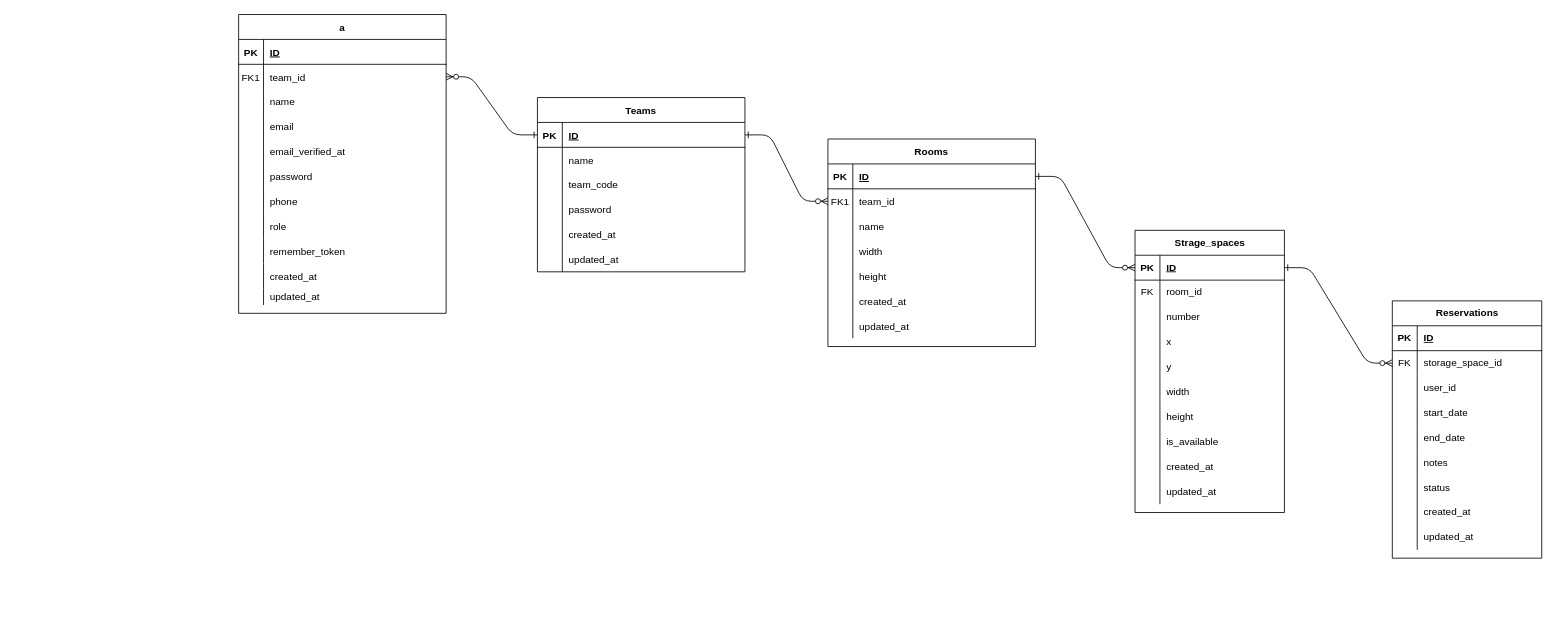
Above: 名称未設定ファイル.drawio in matsu977/laravel-posting-app (draw.io), before the change. Source tidied: cells renumbered, new cells numbered last; positions are measured from the earlier drawing's top-left corner, leaving out a move shared by most shapes. Both pictures are drawn from the tidied source at 83%, with x=0, y=0 at pixel (238, 14).
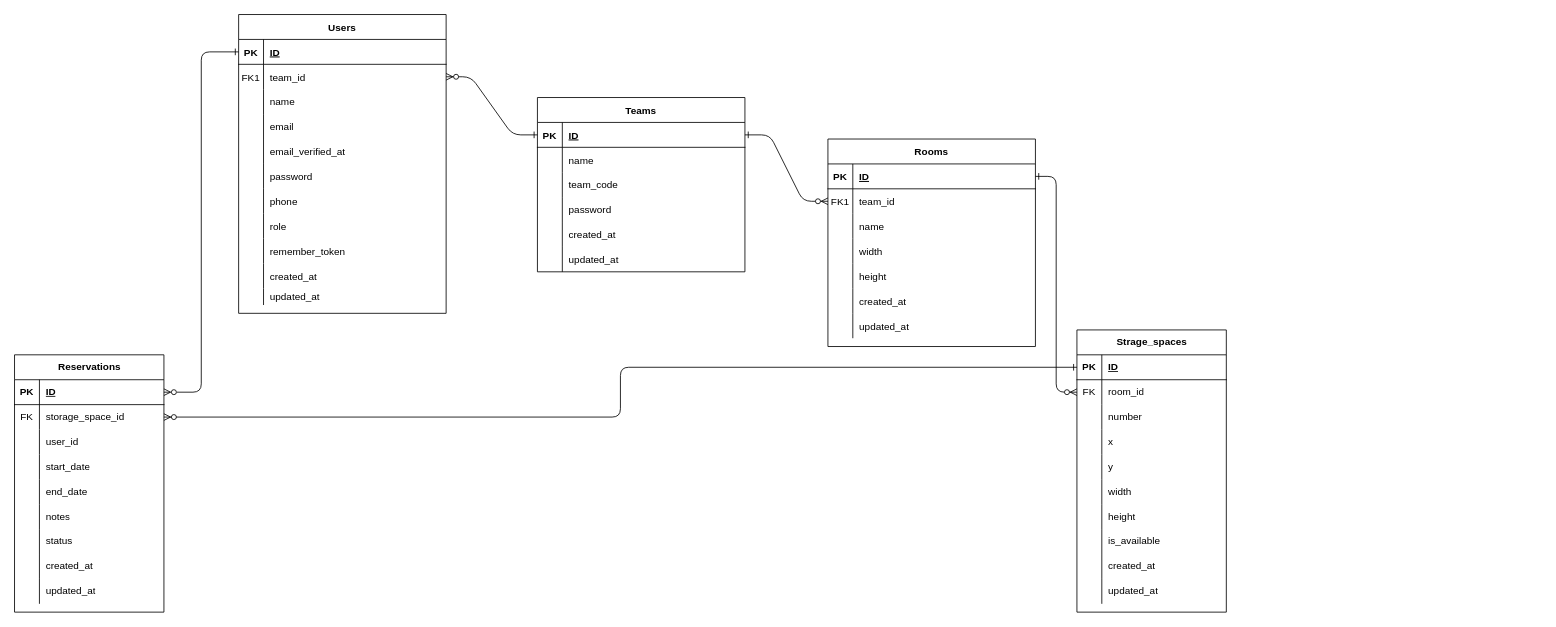
The same diagram, later.

Commit message (it also covers changes not shown here):
名称未設定ファイル.drawio を更新します

Unchanged cells that the change refers to:
```xml
<mxCell id="24" style="shape=partialRectangle;fillColor=none;points=[[0,0.5],[1,0.5]];portConstraint=eastwest;top=0;left=0;right=0;bottom=1;" parent="23" vertex="1">
  <mxGeometry y="30" width="250" height="30" as="geometry" />
</mxCell>
<mxCell id="46" style="shape=partialRectangle;fillColor=none;points=[[0,0.5],[1,0.5]];portConstraint=eastwest;top=0;left=0;right=0;bottom=1;" parent="45" vertex="1">
  <mxGeometry y="30" width="250" height="30" as="geometry" />
</mxCell>
<mxCell id="80" style="shape=tableRow;horizontal=0;startSize=0;swimlaneHead=0;swimlaneBody=0;fillColor=none;points=[[0,0.5],[1,0.5]];portConstraint=eastwest;top=0;left=0;right=0;bottom=1;" parent="79" vertex="1">
  <mxGeometry y="30" width="180" height="30" as="geometry" />
</mxCell>
<mxCell id="83" style="shape=tableRow;horizontal=0;startSize=0;swimlaneHead=0;swimlaneBody=0;fillColor=none;points=[[0,0.5],[1,0.5]];portConstraint=eastwest;top=0;left=0;right=0;bottom=0;" parent="79" vertex="1">
  <mxGeometry y="60" width="180" height="30" as="geometry" />
</mxCell>
<mxCell id="112" style="shape=tableRow;horizontal=0;startSize=0;swimlaneHead=0;swimlaneBody=0;fillColor=none;points=[[0,0.5],[1,0.5]];portConstraint=eastwest;top=0;left=0;right=0;bottom=1;" parent="111" vertex="1">
  <mxGeometry y="30" width="180" height="30" as="geometry" />
</mxCell>
<mxCell id="115" style="shape=tableRow;horizontal=0;startSize=0;swimlaneHead=0;swimlaneBody=0;fillColor=none;points=[[0,0.5],[1,0.5]];portConstraint=eastwest;top=0;left=0;right=0;bottom=0;" parent="111" vertex="1">
  <mxGeometry y="60" width="180" height="30" as="geometry" />
</mxCell>
```

Diff of the diagram source:
```diff
@@
-    <mxCell id="45" value="a" style="shape=table;startSize=30;childLayout=tableLayout;rowLines=0;fontStyle=1;align=center;" parent="1" vertex="1">
+    <mxCell id="45" value="Users" style="shape=table;startSize=30;childLayout=tableLayout;rowLines=0;fontStyle=1;align=center;" parent="1" vertex="1">
       <mxGeometry width="250" height="360" as="geometry" />
     </mxCell>
@@
     <mxCell id="79" value="Strage_spaces" style="shape=table;startSize=30;childLayout=tableLayout;rowLines=0;fontStyle=1;align=center;html=1;" parent="1" vertex="1">
-      <mxGeometry x="1080" y="260" width="180" height="340" as="geometry" />
+      <mxGeometry x="1010" y="380" width="180" height="340" as="geometry" />
     </mxCell>
@@
-    <mxCell id="110" style="edgeStyle=entityRelationEdgeStyle;endArrow=ERzeroToMany;startArrow=ERone;endFill=1;startFill=0;entryX=0;entryY=0.5;entryDx=0;entryDy=0;" parent="1" edge="1" source="24" target="80">
+    <mxCell id="110" style="edgeStyle=orthogonalEdgeStyle;endArrow=ERzeroToMany;startArrow=ERone;endFill=1;startFill=0;entryX=0;entryY=0.5;entryDx=0;entryDy=0;exitX=1;exitY=0.5;exitDx=0;exitDy=0;" parent="1" edge="1" source="24" target="83">
       <mxGeometry relative="1" as="geometry" />
     </mxCell>
     <mxCell id="111" value="Reservations" style="shape=table;startSize=30;childLayout=tableLayout;rowLines=0;fontStyle=1;align=center;html=1;" parent="1" vertex="1">
-      <mxGeometry x="1390" y="345" width="180" height="310" as="geometry" />
+      <mxGeometry x="-270" y="410" width="180" height="310" as="geometry" />
     </mxCell>
@@
-    <mxCell id="139" style="edgeStyle=entityRelationEdgeStyle;endArrow=ERzeroToMany;startArrow=ERone;endFill=1;startFill=0;entryX=0;entryY=0.5;entryDx=0;entryDy=0;exitX=1;exitY=0.5;exitDx=0;exitDy=0;" parent="1" edge="1" source="80" target="115">
-      <mxGeometry relative="1" as="geometry">
-        <Array as="points">
-          <mxPoint x="1690" y="405" />
-        </Array>
-      </mxGeometry>
+    <mxCell id="139" style="edgeStyle=orthogonalEdgeStyle;endArrow=ERzeroToMany;startArrow=ERone;endFill=1;startFill=0;entryX=1;entryY=0.5;entryDx=0;entryDy=0;" parent="1" edge="1" source="80" target="115">
+      <mxGeometry relative="1" as="geometry" />
     </mxCell>
+    <mxCell id="140" style="edgeStyle=orthogonalEdgeStyle;endArrow=ERone;startArrow=ERzeroToMany;endFill=0;startFill=0;entryX=0;entryY=0.5;entryDx=0;entryDy=0;elbow=vertical;exitX=1;exitY=0.5;exitDx=0;exitDy=0;" parent="1" edge="1" source="112" target="46">
+      <mxGeometry relative="1" as="geometry" />
+    </mxCell>
```
